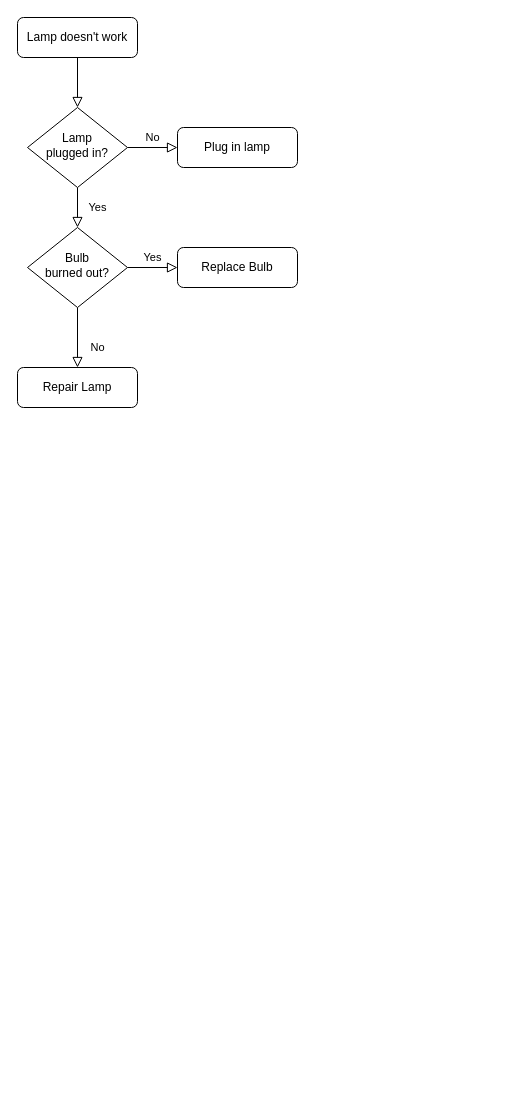
Earlier version of the draw.io diagram rollback.drawio (AsuraZeng/just-for-mark). Source tidied: cells renumbered, new cells numbered last; positions are measured from the earlier drawing's top-left corner, leaving out a move shared by most shapes. Both pictures are drawn from the tidied source at 100%, with x=0, y=0 at pixel (17, 17).
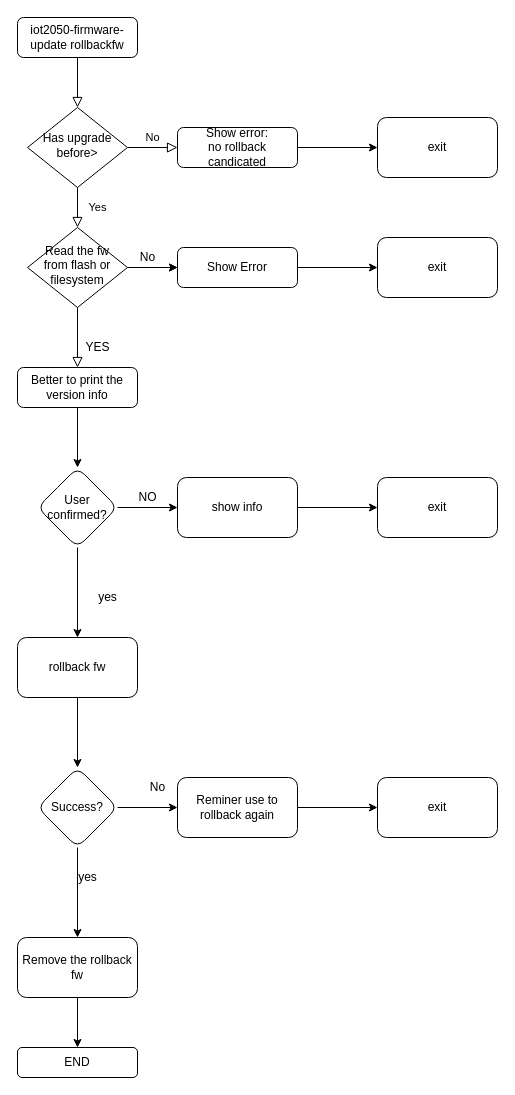
Above is the later version.

Diff of the diagram source:
```diff
@@
-    <mxCell id="3" value="Lamp doesn't work" style="rounded=1;whiteSpace=wrap;html=1;fontSize=12;glass=0;strokeWidth=1;shadow=0;" parent="1" vertex="1">
+    <mxCell id="3" value="iot2050-firmware-update rollbackfw" style="rounded=1;whiteSpace=wrap;html=1;fontSize=12;glass=0;strokeWidth=1;shadow=0;" parent="1" vertex="1">
       <mxGeometry width="120" height="40" as="geometry" />
     </mxCell>
@@
-    <mxCell id="6" value="Lamp&lt;br&gt;plugged in?" style="rhombus;whiteSpace=wrap;html=1;shadow=0;fontFamily=Helvetica;fontSize=12;align=center;strokeWidth=1;spacing=6;spacingTop=-4;" parent="1" vertex="1">
+    <mxCell id="6" value="Has upgrade before&amp;gt;" style="rhombus;whiteSpace=wrap;html=1;shadow=0;fontFamily=Helvetica;fontSize=12;align=center;strokeWidth=1;spacing=6;spacingTop=-4;" parent="1" vertex="1">
       <mxGeometry x="10" y="90" width="100" height="80" as="geometry" />
     </mxCell>
+    <mxCell id="13" style="edgeStyle=orthogonalEdgeStyle;rounded=0;jettySize=auto;html=1;" parent="1" edge="1" source="7" target="29">
+      <mxGeometry relative="1" as="geometry" />
+    </mxCell>
-    <mxCell id="7" value="Plug in lamp" style="rounded=1;whiteSpace=wrap;html=1;fontSize=12;glass=0;strokeWidth=1;shadow=0;" parent="1" vertex="1">
+    <mxCell id="7" value="&lt;div&gt;Show error:&lt;/div&gt;&lt;div&gt;no rollback candicated&lt;br&gt;&lt;/div&gt;" style="rounded=1;whiteSpace=wrap;html=1;fontSize=12;glass=0;strokeWidth=1;shadow=0;" parent="1" vertex="1">
       <mxGeometry x="160" y="110" width="120" height="40" as="geometry" />
     </mxCell>
-    <mxCell id="8" value="No" style="rounded=0;html=1;jettySize=auto;fontSize=11;endArrow=block;endFill=0;endSize=8;strokeWidth=1;shadow=0;labelBackgroundColor=none;edgeStyle=orthogonalEdgeStyle;" parent="1" edge="1" source="10" target="11">
+    <mxCell id="8" style="rounded=0;html=1;jettySize=auto;fontSize=11;endArrow=block;endFill=0;endSize=8;strokeWidth=1;shadow=0;labelBackgroundColor=none;edgeStyle=orthogonalEdgeStyle;" parent="1" edge="1" source="10" target="11">
       <mxGeometry x="0.33" y="20" relative="1" as="geometry" />
     </mxCell>
-    <mxCell id="9" value="Yes" style="edgeStyle=orthogonalEdgeStyle;rounded=0;html=1;jettySize=auto;fontSize=11;endArrow=block;endFill=0;endSize=8;strokeWidth=1;shadow=0;labelBackgroundColor=none;" parent="1" edge="1" source="10" target="12">
-      <mxGeometry y="10" relative="1" as="geometry" />
-    </mxCell>
+    <mxCell id="14" style="edgeStyle=orthogonalEdgeStyle;rounded=0;jettySize=auto;html=1;" parent="1" edge="1" source="10" target="12">
+      <mxGeometry relative="1" as="geometry" />
+    </mxCell>
+    <mxCell id="15" style="edgeStyle=orthogonalEdgeStyle;rounded=0;jettySize=auto;html=1;" parent="1" edge="1" source="10" target="12">
+      <mxGeometry relative="1" as="geometry" />
+    </mxCell>
-    <mxCell id="10" value="Bulb&lt;br&gt;burned out?" style="rhombus;whiteSpace=wrap;html=1;shadow=0;fontFamily=Helvetica;fontSize=12;align=center;strokeWidth=1;spacing=6;spacingTop=-4;" parent="1" vertex="1">
+    <mxCell id="10" value="&lt;div&gt;Read the fw&lt;/div&gt;&lt;div&gt;from flash or filesystem&lt;/div&gt;" style="rhombus;whiteSpace=wrap;html=1;shadow=0;fontFamily=Helvetica;fontSize=12;align=center;strokeWidth=1;spacing=6;spacingTop=-4;" parent="1" vertex="1">
       <mxGeometry x="10" y="210" width="100" height="80" as="geometry" />
     </mxCell>
+    <mxCell id="16" style="edgeStyle=orthogonalEdgeStyle;rounded=0;jettySize=auto;html=1;" parent="1" edge="1" source="11" target="20">
+      <mxGeometry relative="1" as="geometry" />
+    </mxCell>
-    <mxCell id="11" value="Repair Lamp" style="rounded=1;whiteSpace=wrap;html=1;fontSize=12;glass=0;strokeWidth=1;shadow=0;" parent="1" vertex="1">
+    <mxCell id="11" value="Better to print the version info" style="rounded=1;whiteSpace=wrap;html=1;fontSize=12;glass=0;strokeWidth=1;shadow=0;" parent="1" vertex="1">
       <mxGeometry y="350" width="120" height="40" as="geometry" />
     </mxCell>
+    <mxCell id="17" style="edgeStyle=orthogonalEdgeStyle;rounded=0;jettySize=auto;html=1;" parent="1" edge="1" source="12" target="30">
+      <mxGeometry relative="1" as="geometry" />
+    </mxCell>
-    <mxCell id="12" value="Replace Bulb" style="rounded=1;whiteSpace=wrap;html=1;fontSize=12;glass=0;strokeWidth=1;shadow=0;" parent="1" vertex="1">
+    <mxCell id="12" value="Show Error" style="rounded=1;whiteSpace=wrap;html=1;fontSize=12;glass=0;strokeWidth=1;shadow=0;" parent="1" vertex="1">
       <mxGeometry x="160" y="230" width="120" height="40" as="geometry" />
     </mxCell>
+    <mxCell id="18" style="edgeStyle=orthogonalEdgeStyle;rounded=0;jettySize=auto;html=1;" parent="1" edge="1" source="20" target="22">
+      <mxGeometry relative="1" as="geometry" />
+    </mxCell>
+    <mxCell id="19" style="edgeStyle=orthogonalEdgeStyle;rounded=0;jettySize=auto;html=1;" parent="1" edge="1" source="20" target="25">
+      <mxGeometry relative="1" as="geometry" />
+    </mxCell>
+    <mxCell id="20" value="User confirmed?" style="rhombus;whiteSpace=wrap;html=1;rounded=1;glass=0;strokeWidth=1;shadow=0;" parent="1" vertex="1">
+      <mxGeometry x="20" y="450" width="80" height="80" as="geometry" />
+    </mxCell>
+    <mxCell id="21" style="edgeStyle=orthogonalEdgeStyle;rounded=0;jettySize=auto;html=1;" parent="1" edge="1" source="22" target="34">
+      <mxGeometry relative="1" as="geometry" />
+    </mxCell>
+    <mxCell id="22" value="rollback fw" style="whiteSpace=wrap;html=1;rounded=1;glass=0;strokeWidth=1;shadow=0;" parent="1" vertex="1">
+      <mxGeometry y="620" width="120" height="60" as="geometry" />
+    </mxCell>
+    <mxCell id="23" value="yes" style="text;html=1;align=center;verticalAlign=middle;strokeColor=none;fillColor=none;" parent="1" vertex="1">
+      <mxGeometry x="70" y="565" width="40" height="30" as="geometry" />
+    </mxCell>
+    <mxCell id="24" style="edgeStyle=orthogonalEdgeStyle;rounded=0;jettySize=auto;html=1;" parent="1" edge="1" source="25" target="31">
+      <mxGeometry relative="1" as="geometry" />
+    </mxCell>
+    <mxCell id="25" value="show info" style="whiteSpace=wrap;html=1;rounded=1;glass=0;strokeWidth=1;shadow=0;" parent="1" vertex="1">
+      <mxGeometry x="160" y="460" width="120" height="60" as="geometry" />
+    </mxCell>
+    <mxCell id="26" value="NO" style="text;html=1;align=center;verticalAlign=middle;strokeColor=none;fillColor=none;" parent="1" vertex="1">
+      <mxGeometry x="110" y="465" width="40" height="30" as="geometry" />
+    </mxCell>
+    <mxCell id="27" value="YES" style="text;html=1;align=center;verticalAlign=middle;strokeColor=none;fillColor=none;" parent="1" vertex="1">
+      <mxGeometry x="55" y="315" width="50" height="30" as="geometry" />
+    </mxCell>
+    <mxCell id="28" value="No" style="text;html=1;align=center;verticalAlign=middle;strokeColor=none;fillColor=none;" parent="1" vertex="1">
+      <mxGeometry x="110" y="225" width="40" height="30" as="geometry" />
+    </mxCell>
+    <mxCell id="29" value="exit" style="whiteSpace=wrap;html=1;rounded=1;glass=0;strokeWidth=1;shadow=0;" parent="1" vertex="1">
+      <mxGeometry x="360" y="100" width="120" height="60" as="geometry" />
+    </mxCell>
+    <mxCell id="30" value="exit" style="whiteSpace=wrap;html=1;rounded=1;glass=0;strokeWidth=1;shadow=0;" parent="1" vertex="1">
+      <mxGeometry x="360" y="220" width="120" height="60" as="geometry" />
+    </mxCell>
+    <mxCell id="31" value="exit" style="whiteSpace=wrap;html=1;rounded=1;glass=0;strokeWidth=1;shadow=0;" parent="1" vertex="1">
+      <mxGeometry x="360" y="460" width="120" height="60" as="geometry" />
+    </mxCell>
+    <mxCell id="32" style="edgeStyle=orthogonalEdgeStyle;rounded=0;jettySize=auto;html=1;" parent="1" edge="1" source="34" target="36">
+      <mxGeometry relative="1" as="geometry" />
+    </mxCell>
+    <mxCell id="33" style="edgeStyle=orthogonalEdgeStyle;rounded=0;jettySize=auto;html=1;" parent="1" edge="1" source="34" target="39">
+      <mxGeometry relative="1" as="geometry" />
+    </mxCell>
+    <mxCell id="34" value="Success?" style="rhombus;whiteSpace=wrap;html=1;rounded=1;glass=0;strokeWidth=1;shadow=0;" parent="1" vertex="1">
+      <mxGeometry x="20" y="750" width="80" height="80" as="geometry" />
+    </mxCell>
+    <mxCell id="35" style="edgeStyle=orthogonalEdgeStyle;rounded=0;jettySize=auto;html=1;" parent="1" edge="1" source="36" target="41">
+      <mxGeometry relative="1" as="geometry" />
+    </mxCell>
+    <mxCell id="36" value="Remove the rollback fw" style="whiteSpace=wrap;html=1;rounded=1;glass=0;strokeWidth=1;shadow=0;" parent="1" vertex="1">
+      <mxGeometry y="920" width="120" height="60" as="geometry" />
+    </mxCell>
+    <mxCell id="37" value="yes" style="text;html=1;align=center;verticalAlign=middle;strokeColor=none;fillColor=none;" parent="1" vertex="1">
+      <mxGeometry x="50" y="845" width="40" height="30" as="geometry" />
+    </mxCell>
+    <mxCell id="38" style="edgeStyle=orthogonalEdgeStyle;rounded=0;jettySize=auto;html=1;" parent="1" edge="1" source="39" target="42">
+      <mxGeometry relative="1" as="geometry" />
+    </mxCell>
+    <mxCell id="39" value="Reminer use to rollback again" style="whiteSpace=wrap;html=1;rounded=1;glass=0;strokeWidth=1;shadow=0;" parent="1" vertex="1">
+      <mxGeometry x="160" y="760" width="120" height="60" as="geometry" />
+    </mxCell>
+    <mxCell id="40" value="No" style="text;html=1;align=center;verticalAlign=middle;strokeColor=none;fillColor=none;" parent="1" vertex="1">
+      <mxGeometry x="120" y="755" width="40" height="30" as="geometry" />
+    </mxCell>
+    <mxCell id="41" value="END" style="rounded=1;whiteSpace=wrap;html=1;glass=0;strokeWidth=1;shadow=0;" parent="1" vertex="1">
+      <mxGeometry y="1030" width="120" height="30" as="geometry" />
+    </mxCell>
+    <mxCell id="42" value="exit" style="whiteSpace=wrap;html=1;rounded=1;glass=0;strokeWidth=1;shadow=0;" parent="1" vertex="1">
+      <mxGeometry x="360" y="760" width="120" height="60" as="geometry" />
+    </mxCell>
```
